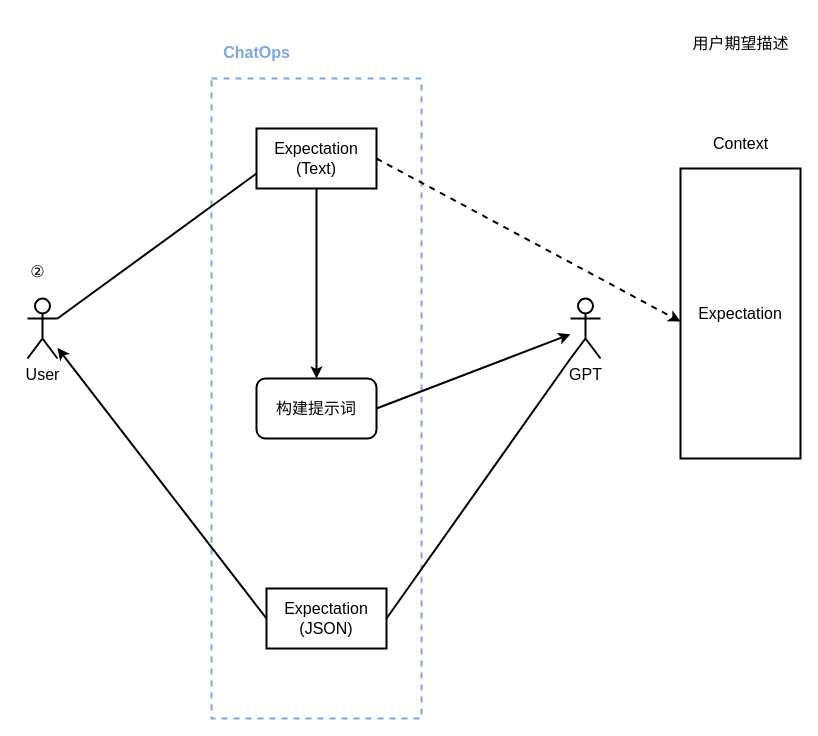
StLeoX/chatops keeps this draw.io diagram as page "D2" (5 of 7) of docs/chatops.drawio. Above is the earlier version. Source tidied: cells renumbered, new cells numbered last; positions are measured from the earlier drawing's top-left corner, leaving out a move shared by most shapes. Both pictures are drawn from the tidied source at 100%, with x=0, y=0 at pixel (17, 28).
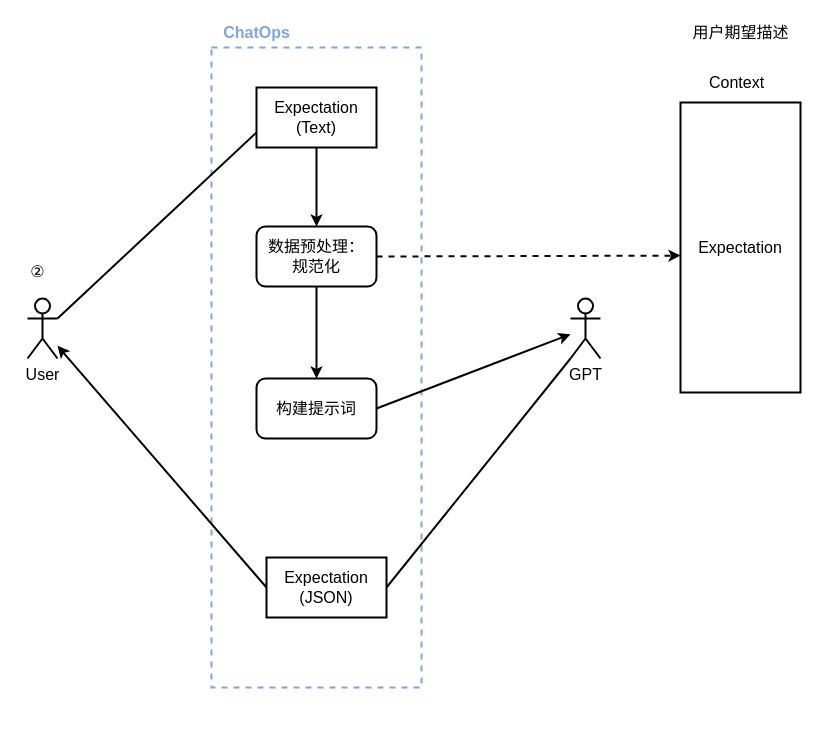
The same page after the edit.

Unchanged cells that the change refers to:
```xml
<mxCell id="12" value="构建提示词" style="rounded=1;whiteSpace=wrap;html=1;fontSize=16;strokeWidth=2;" parent="1" vertex="1">
  <mxGeometry x="239" y="350" width="120" height="60" as="geometry" />
</mxCell>
```

The edit, as a diff of the source:
```diff
@@
     <mxCell id="2" style="rounded=0;whiteSpace=wrap;html=1;fillColor=none;dashed=1;strokeColor=#7EA6E0;strokeWidth=2;fontSize=16;" parent="1" vertex="1">
-      <mxGeometry x="194" y="50" width="210" height="640" as="geometry" />
+      <mxGeometry x="194" y="19" width="210" height="640" as="geometry" />
     </mxCell>
@@
     <mxCell id="4" value="Expectation&lt;br style=&quot;font-size: 16px;&quot;&gt;(JSON)" style="rounded=0;whiteSpace=wrap;html=1;fontSize=16;strokeWidth=2;" parent="1" vertex="1">
-      <mxGeometry x="249" y="560" width="120" height="60" as="geometry" />
+      <mxGeometry x="249" y="529" width="120" height="60" as="geometry" />
     </mxCell>
@@
-    <mxCell id="9" style="edgeStyle=orthogonalEdgeStyle;rounded=0;jettySize=auto;html=1;exitX=0.5;exitY=1;exitDx=0;exitDy=0;entryX=0.5;entryY=0;entryDx=0;entryDy=0;fontSize=16;strokeWidth=2;" parent="1" edge="1" source="10" target="12">
-      <mxGeometry relative="1" as="geometry" />
-    </mxCell>
+    <mxCell id="19" style="edgeStyle=orthogonalEdgeStyle;rounded=0;jettySize=auto;html=1;exitX=0.5;exitY=1;exitDx=0;exitDy=0;entryX=0.5;entryY=0;entryDx=0;entryDy=0;strokeWidth=2;" parent="1" edge="1" source="10" target="21">
+      <mxGeometry relative="1" as="geometry" />
+    </mxCell>
     <mxCell id="10" value="Expectation&lt;br style=&quot;font-size: 16px;&quot;&gt;(Text)" style="rounded=0;whiteSpace=wrap;html=1;fontSize=16;strokeWidth=2;" parent="1" vertex="1">
-      <mxGeometry x="239" y="100" width="120" height="60" as="geometry" />
+      <mxGeometry x="239" y="59" width="120" height="60" as="geometry" />
     </mxCell>
@@
-    <mxCell id="13" style="rounded=0;jettySize=auto;html=1;exitX=1;exitY=0.5;exitDx=0;exitDy=0;entryX=0;entryY=0.528;entryDx=0;entryDy=0;entryPerimeter=0;dashed=1;fontSize=16;strokeWidth=2;" parent="1" edge="1" source="10" target="16">
+    <mxCell id="13" style="rounded=0;jettySize=auto;html=1;exitX=1;exitY=0.5;exitDx=0;exitDy=0;entryX=0;entryY=0.528;entryDx=0;entryDy=0;entryPerimeter=0;dashed=1;fontSize=16;strokeWidth=2;" parent="1" edge="1" source="21" target="16">
       <mxGeometry relative="1" as="geometry" />
     </mxCell>
@@
     <mxCell id="15" value="&lt;font style=&quot;font-size: 16px;&quot;&gt;Context&lt;/font&gt;" style="text;html=1;align=center;verticalAlign=middle;strokeColor=none;fillColor=none;fontSize=16;fontColor=#000000;strokeWidth=2;" parent="1" vertex="1">
-      <mxGeometry x="683" y="100" width="80" height="30" as="geometry" />
+      <mxGeometry x="679" y="39" width="80" height="30" as="geometry" />
     </mxCell>
     <mxCell id="16" value="Expectation&lt;br style=&quot;border-color: var(--border-color); font-size: 16px;&quot;&gt;" style="rounded=0;whiteSpace=wrap;html=1;fontSize=16;strokeWidth=2;" parent="1" vertex="1">
-      <mxGeometry x="663" y="140" width="120" height="290" as="geometry" />
+      <mxGeometry x="663" y="74" width="120" height="290" as="geometry" />
     </mxCell>
     <mxCell id="17" value="用户期望描述" style="text;html=1;align=center;verticalAlign=middle;strokeColor=none;fillColor=none;strokeWidth=2;fontSize=16;" parent="1" vertex="1">
-      <mxGeometry x="663" width="120" height="30" as="geometry" />
+      <mxGeometry x="663" y="-11" width="120" height="30" as="geometry" />
     </mxCell>
-    <mxCell id="18" value="&lt;font color=&quot;#7ea6e0&quot; style=&quot;font-size: 16px;&quot;&gt;&lt;b style=&quot;font-size: 16px;&quot;&gt;ChatOps&lt;/b&gt;&lt;/font&gt;" style="text;html=1;align=center;verticalAlign=middle;strokeColor=none;fillColor=none;fontSize=16;" parent="1" vertex="1">
-      <mxGeometry x="194" y="9" width="90" height="30" as="geometry" />
+    <mxCell id="18" value="&lt;font color=&quot;#7ea6e0&quot; style=&quot;font-size: 16px;&quot;&gt;&lt;b style=&quot;font-size: 16px;&quot;&gt;ChatOps&lt;/b&gt;&lt;/font&gt;" style="text;html=1;align=center;verticalAlign=middle;strokeColor=none;fillColor=none;fontSize=16;strokeWidth=2;" parent="1" vertex="1">
+      <mxGeometry x="194" y="-11" width="90" height="30" as="geometry" />
     </mxCell>
+    <mxCell id="20" style="edgeStyle=orthogonalEdgeStyle;rounded=0;jettySize=auto;html=1;exitX=0.5;exitY=1;exitDx=0;exitDy=0;strokeWidth=2;" parent="1" edge="1" source="21" target="12">
+      <mxGeometry relative="1" as="geometry" />
+    </mxCell>
+    <mxCell id="21" value="数据预处理：&lt;br style=&quot;font-size: 16px;&quot;&gt;规范化" style="rounded=1;whiteSpace=wrap;html=1;strokeColor=default;align=center;verticalAlign=middle;fontFamily=Helvetica;fontSize=16;fontColor=default;fillColor=default;strokeWidth=2;" parent="1" vertex="1">
+      <mxGeometry x="239" y="198" width="120" height="60" as="geometry" />
+    </mxCell>
```
